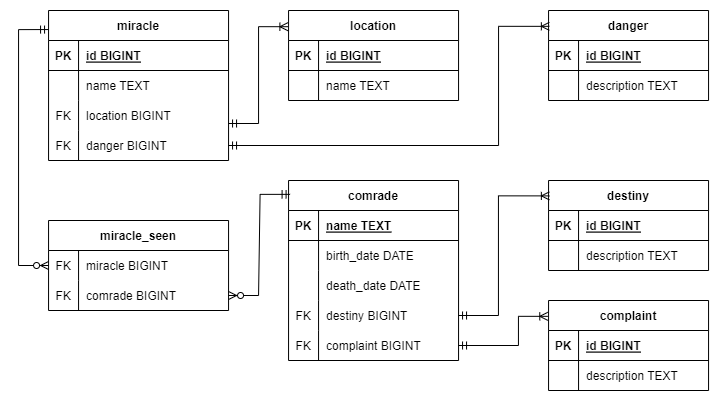
This is 2_term_Software_engineering/Database/lab3/datalog_mod.png from CandyGoose/ITMO_Software_engineering, a draw.io export, as it was before one commit. Source tidied: cells renumbered, new cells last; positions are measured from the earlier drawing's top-left corner, leaving out a move shared by most shapes.
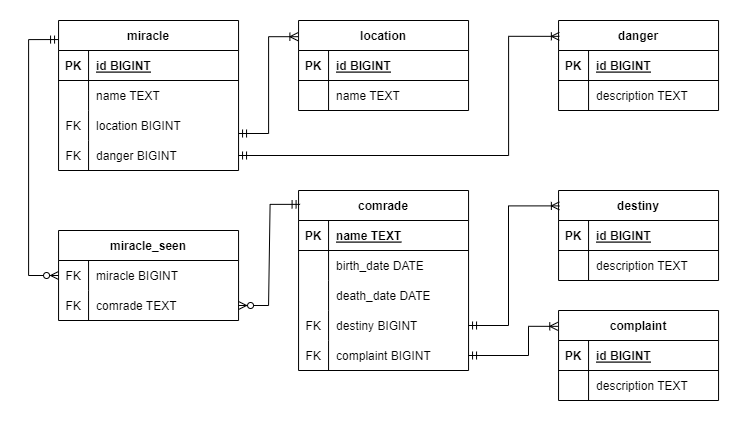
After the commit.

The edit, as a diff of the source:
```diff
@@ -191,7 +191,7 @@
     <mxCell id="64" value="FK" style="shape=partialRectangle;overflow=hidden;fillColor=none;strokeColor=inherit;top=0;left=0;bottom=0;right=0;" parent="63" vertex="1">
       <mxGeometry width="30" height="30" as="geometry" />
     </mxCell>
-    <mxCell id="65" value="comrade BIGINT" style="shape=partialRectangle;overflow=hidden;fillColor=none;align=left;strokeColor=inherit;top=0;left=0;bottom=0;right=0;spacingLeft=6;" parent="63" vertex="1">
+    <mxCell id="65" value="comrade TEXT" style="shape=partialRectangle;overflow=hidden;fillColor=none;align=left;strokeColor=inherit;top=0;left=0;bottom=0;right=0;spacingLeft=6;" parent="63" vertex="1">
       <mxGeometry x="30" width="150" height="30" as="geometry" />
     </mxCell>
     <mxCell id="66" style="edgeStyle=orthogonalEdgeStyle;fontSize=12;html=1;endArrow=ERzeroToMany;startArrow=ERmandOne;rounded=0;exitX=0;exitY=0.127;exitDx=0;exitDy=0;exitPerimeter=0;entryX=0;entryY=0.5;entryDx=0;entryDy=0;" parent="1" edge="1" source="16" target="60">
```
